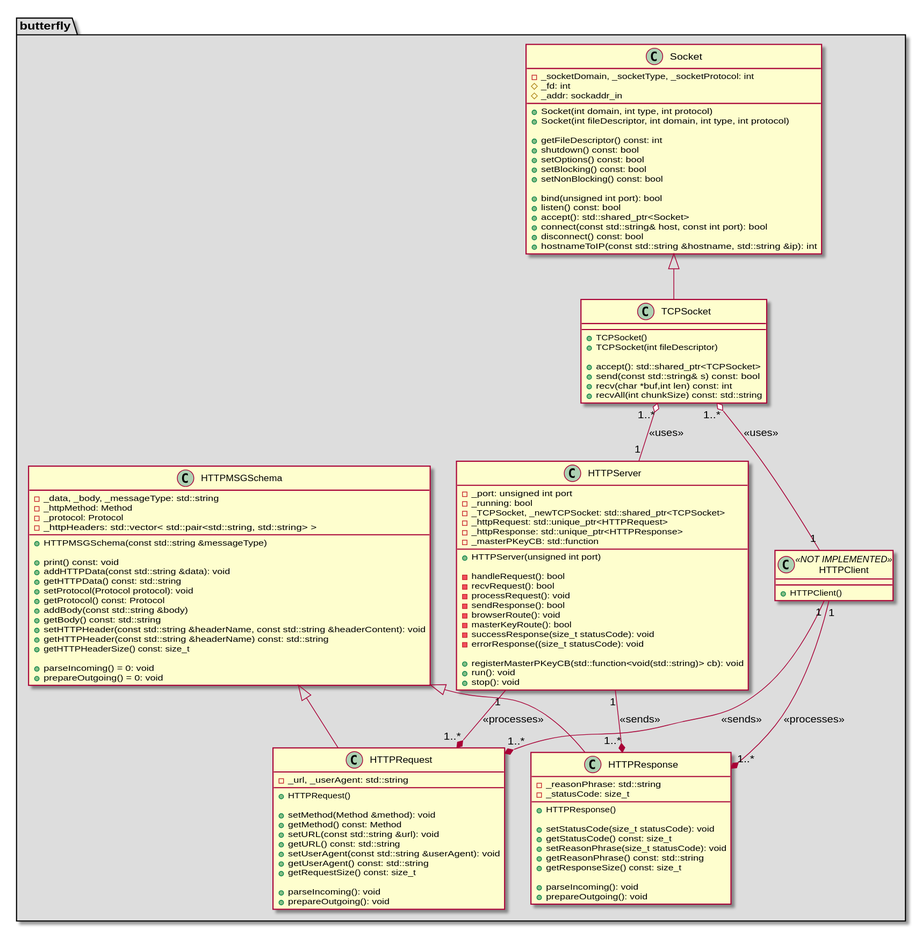
bierschi/butterfly keeps this PlantUML diagram as architecture/class_diagrams/httpServer.svg. Above is the earlier version.
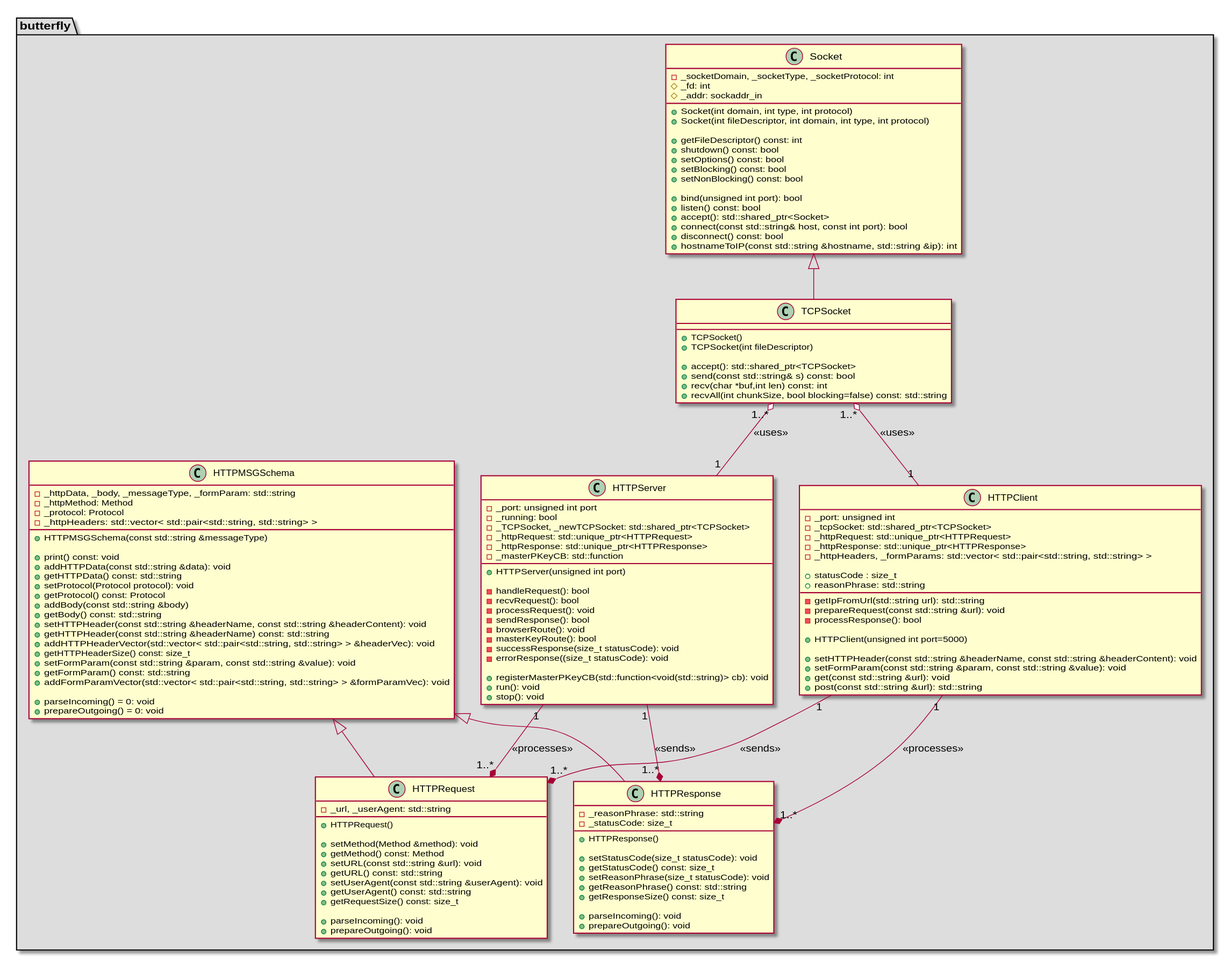
The same diagram one commit later.

The edit, as a diff of the source:
```diff
@@ -35,7 +35,7 @@
     + accept(): std::shared_ptr<TCPSocket>
     + send(const std::string& s) const: bool
     + recv(char *buf,int len) const: int
-    + recvAll(int chunkSize) const: std::string
+    + recvAll(int chunkSize, bool blocking=false) const: std::string
 }
 
 
@@ -64,15 +64,32 @@
     + stop(): void
 }
 
-class HTTPClient <<NOT IMPLEMENTED>>
+class HTTPClient
 {
+    - _port: unsigned int
+    - _tcpSocket: std::shared_ptr<TCPSocket>
+    - _httpRequest: std::unique_ptr<HTTPRequest>
+    - _httpResponse: std::unique_ptr<HTTPResponse>
+    - _httpHeaders, _formParams: std::vector< std::pair<std::string, std::string> >
 
-    + HTTPClient()
+    + statusCode : size_t
+    + reasonPhrase: std::string
+
+    - getIpFromUrl(std::string url): std::string
+    - prepareRequest(const std::string &url): void
+    - processResponse(): bool
+
+    + HTTPClient(unsigned int port=5000)
+
+    + setHTTPHeader(const std::string &headerName, const std::string &headerContent): void
+    + setFormParam(const std::string &param, const std::string &value): void
+    + get(const std::string &url): void
+    + post(const std::string &url): std::string
 }
 
 class HTTPMSGSchema
 {
-    - _data, _body, _messageType: std::string
+    - _httpData, _body, _messageType, _formParam: std::string
     - _httpMethod: Method
     - _protocol: Protocol
     - _httpHeaders: std::vector< std::pair<std::string, std::string> >
@@ -88,7 +105,11 @@
     + getBody() const: std::string
     + setHTTPHeader(const std::string &headerName, const std::string &headerContent): void
     + getHTTPHeader(const std::string &headerName) const: std::string
+    + addHTTPHeaderVector(std::vector< std::pair<std::string, std::string> > &headerVec): void
     + getHTTPHeaderSize() const: size_t
+    + setFormParam(const std::string &param, const std::string &value): void
+    + getFormParam() const: std::string
+    + addFormParamVector(std::vector< std::pair<std::string, std::string> > &formParamVec): void
 
     + parseIncoming() = 0: void
     + prepareOutgoing() = 0: void
```
